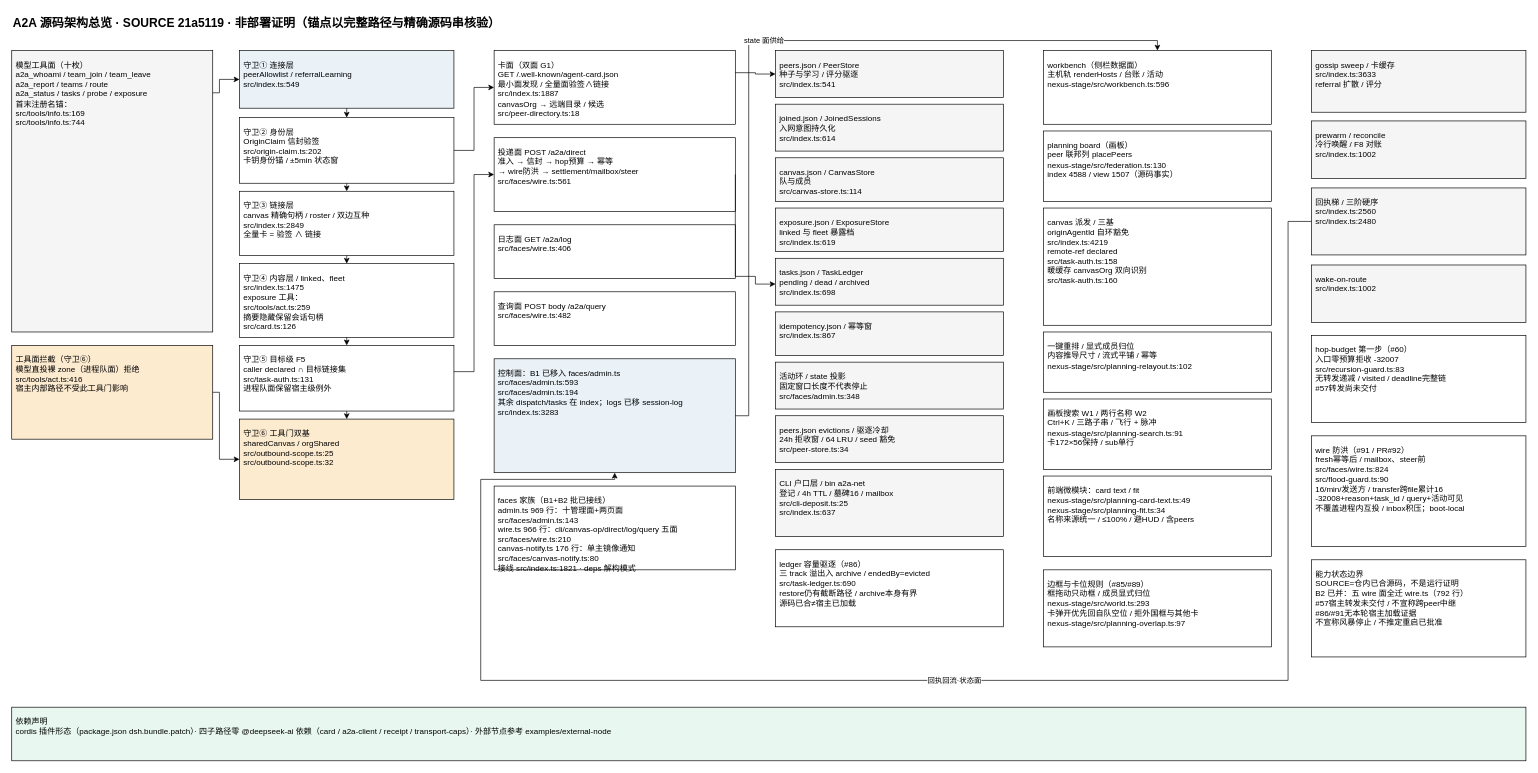
Earlier version of the draw.io diagram page "系统架构总览" (1 of 2) of docs/arch/a2a-architecture.drawio (NelsonLongxiang/dsh-open-a2a-net). Source tidied: cells renumbered, new cells numbered last; positions are measured from the earlier drawing's top-left corner, leaving out a move shared by most shapes. Both pictures are drawn from the tidied source at 67%, with x=0, y=0 at pixel (11, 11).
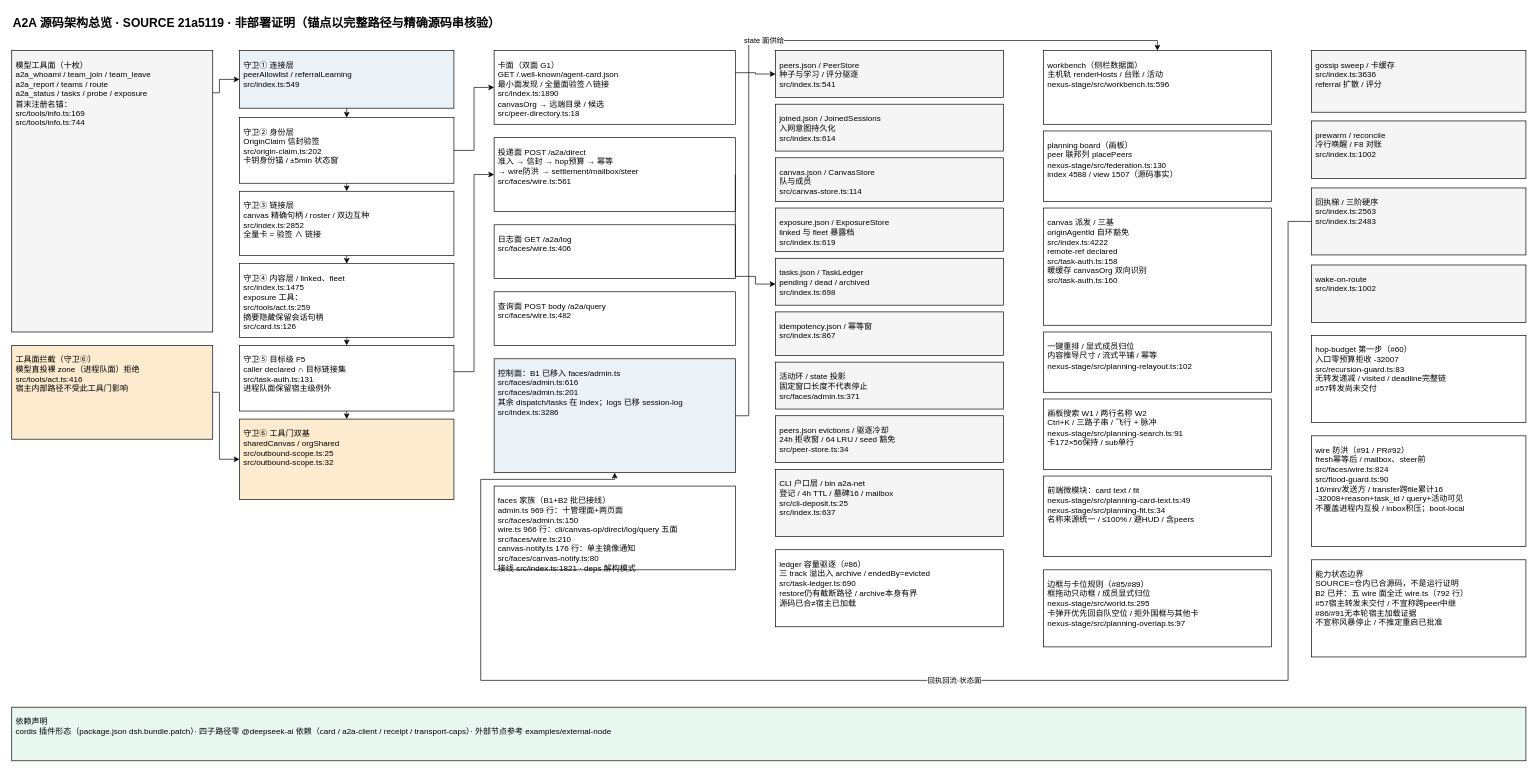
The same diagram, later.

Commit message:
chore(arch): re-anchor from a clean origin/next/0.8 docs/arch (review rework)

The edit, as a diff of the source:
```diff
@@
-    <mxCell id="7" value="守卫③ 链接层&#10;canvas 精确句柄 / roster / 双边互种&#10;src/index.ts:2849&#10;全量卡 = 验签 ∧ 链接" style="rounded=0;whiteSpace=wrap;html=1;fontSize=12;fontColor=#000000;fillColor=#FFFFFF;strokeColor=#000000;align=left;verticalAlign=top;spacing=6;spacingTop=4;" parent="1" vertex="1">
+    <mxCell id="7" value="守卫③ 链接层&#10;canvas 精确句柄 / roster / 双边互种&#10;src/index.ts:2852&#10;全量卡 = 验签 ∧ 链接" style="rounded=0;whiteSpace=wrap;html=1;fontSize=12;fontColor=#000000;fillColor=#FFFFFF;strokeColor=#000000;align=left;verticalAlign=top;spacing=6;spacingTop=4;" parent="1" vertex="1">
       <mxGeometry x="340" y="268" width="320" height="96" as="geometry" />
     </mxCell>
@@
-    <mxCell id="11" value="卡面（双面 G1）&#10;GET /.well-known/agent-card.json&#10;最小面发现 / 全量面验签∧链接&#10;src/index.ts:1887&#10;canvasOrg → 远端目录 / 候选&#10;src/peer-directory.ts:18" style="rounded=0;whiteSpace=wrap;html=1;fontSize=12;fontColor=#000000;fillColor=#FFFFFF;strokeColor=#000000;align=left;verticalAlign=top;spacing=6;spacingTop=4;" parent="1" vertex="1">
+    <mxCell id="11" value="卡面（双面 G1）&#10;GET /.well-known/agent-card.json&#10;最小面发现 / 全量面验签∧链接&#10;src/index.ts:1890&#10;canvasOrg → 远端目录 / 候选&#10;src/peer-directory.ts:18" style="rounded=0;whiteSpace=wrap;html=1;fontSize=12;fontColor=#000000;fillColor=#FFFFFF;strokeColor=#000000;align=left;verticalAlign=top;spacing=6;spacingTop=4;" parent="1" vertex="1">
       <mxGeometry x="720" y="58" width="360" height="110" as="geometry" />
     </mxCell>
@@
-    <mxCell id="15" value="控制面：B1 已移入 faces/admin.ts&#10;src/faces/admin.ts:593&#10;src/faces/admin.ts:194&#10;其余 dispatch/tasks 在 index；logs 已移 session-log&#10;src/index.ts:3283" style="rounded=0;whiteSpace=wrap;html=1;fontSize=12;fontColor=#000000;fillColor=#EAF2F8;strokeColor=#000000;align=left;verticalAlign=top;spacing=6;spacingTop=4;" parent="1" vertex="1">
+    <mxCell id="15" value="控制面：B1 已移入 faces/admin.ts&#10;src/faces/admin.ts:616&#10;src/faces/admin.ts:201&#10;其余 dispatch/tasks 在 index；logs 已移 session-log&#10;src/index.ts:3286" style="rounded=0;whiteSpace=wrap;html=1;fontSize=12;fontColor=#000000;fillColor=#EAF2F8;strokeColor=#000000;align=left;verticalAlign=top;spacing=6;spacingTop=4;" parent="1" vertex="1">
       <mxGeometry x="720" y="518" width="360" height="170" as="geometry" />
     </mxCell>
@@
-    <mxCell id="22" value="活动环 / state 投影&#10;固定窗口长度不代表停止&#10;src/faces/admin.ts:348" style="rounded=0;whiteSpace=wrap;html=1;fontSize=12;fontColor=#000000;fillColor=#F5F5F5;strokeColor=#000000;align=left;verticalAlign=top;spacing=6;spacingTop=4;" parent="1" vertex="1">
+    <mxCell id="22" value="活动环 / state 投影&#10;固定窗口长度不代表停止&#10;src/faces/admin.ts:371" style="rounded=0;whiteSpace=wrap;html=1;fontSize=12;fontColor=#000000;fillColor=#F5F5F5;strokeColor=#000000;align=left;verticalAlign=top;spacing=6;spacingTop=4;" parent="1" vertex="1">
       <mxGeometry x="1140" y="523" width="340" height="70" as="geometry" />
     </mxCell>
@@
-    <mxCell id="27" value="canvas 派发 / 三基&#10;originAgentId 自环豁免&#10;src/index.ts:4219&#10;remote-ref declared&#10;src/task-auth.ts:158&#10;暖缓存 canvasOrg 双向识别&#10;src/task-auth.ts:160" style="rounded=0;whiteSpace=wrap;html=1;fontSize=12;fontColor=#000000;fillColor=#FFFFFF;strokeColor=#000000;align=left;verticalAlign=top;spacing=6;spacingTop=4;" parent="1" vertex="1">
+    <mxCell id="27" value="canvas 派发 / 三基&#10;originAgentId 自环豁免&#10;src/index.ts:4222&#10;remote-ref declared&#10;src/task-auth.ts:158&#10;暖缓存 canvasOrg 双向识别&#10;src/task-auth.ts:160" style="rounded=0;whiteSpace=wrap;html=1;fontSize=12;fontColor=#000000;fillColor=#FFFFFF;strokeColor=#000000;align=left;verticalAlign=top;spacing=6;spacingTop=4;" parent="1" vertex="1">
       <mxGeometry x="1540" y="293" width="340" height="175" as="geometry" />
     </mxCell>
@@
-    <mxCell id="30" value="gossip sweep / 卡缓存&#10;src/index.ts:3633&#10;referral 扩散 / 评分" style="rounded=0;whiteSpace=wrap;html=1;fontSize=12;fontColor=#000000;fillColor=#F5F5F5;strokeColor=#000000;align=left;verticalAlign=top;spacing=6;spacingTop=4;" parent="1" vertex="1">
+    <mxCell id="30" value="gossip sweep / 卡缓存&#10;src/index.ts:3636&#10;referral 扩散 / 评分" style="rounded=0;whiteSpace=wrap;html=1;fontSize=12;fontColor=#000000;fillColor=#F5F5F5;strokeColor=#000000;align=left;verticalAlign=top;spacing=6;spacingTop=4;" parent="1" vertex="1">
       <mxGeometry x="1940" y="58" width="320" height="92" as="geometry" />
     </mxCell>
@@
-    <mxCell id="32" value="回执梯 / 三阶硬序&#10;src/index.ts:2560&#10;src/index.ts:2480" style="rounded=0;whiteSpace=wrap;html=1;fontSize=12;fontColor=#000000;fillColor=#F5F5F5;strokeColor=#000000;align=left;verticalAlign=top;spacing=6;spacingTop=4;" parent="1" vertex="1">
+    <mxCell id="32" value="回执梯 / 三阶硬序&#10;src/index.ts:2563&#10;src/index.ts:2483" style="rounded=0;whiteSpace=wrap;html=1;fontSize=12;fontColor=#000000;fillColor=#F5F5F5;strokeColor=#000000;align=left;verticalAlign=top;spacing=6;spacingTop=4;" parent="1" vertex="1">
       <mxGeometry x="1940" y="263" width="320" height="100" as="geometry" />
     </mxCell>
@@
-    <mxCell id="35" value="faces 家族（B1+B2 批已接线）&#10;admin.ts 969 行：十管理面+两页面&#10;src/faces/admin.ts:143&#10;wire.ts 966 行：cli/canvas-op/direct/log/query 五面&#10;src/faces/wire.ts:210&#10;canvas-notify.ts 176 行：单主镜像通知&#10;src/faces/canvas-notify.ts:80&#10;接线 src/index.ts:1821 · deps 解构模式" style="rounded=0;whiteSpace=wrap;html=1;fontSize=12;fontColor=#000000;fillColor=#FFFFFF;strokeColor=#000000;align=left;verticalAlign=top;spacing=6;spacingTop=4;" parent="1" vertex="1">
+    <mxCell id="35" value="faces 家族（B1+B2 批已接线）&#10;admin.ts 969 行：十管理面+两页面&#10;src/faces/admin.ts:150&#10;wire.ts 966 行：cli/canvas-op/direct/log/query 五面&#10;src/faces/wire.ts:210&#10;canvas-notify.ts 176 行：单主镜像通知&#10;src/faces/canvas-notify.ts:80&#10;接线 src/index.ts:1821 · deps 解构模式" style="rounded=0;whiteSpace=wrap;html=1;fontSize=12;fontColor=#000000;fillColor=#FFFFFF;strokeColor=#000000;align=left;verticalAlign=top;spacing=6;spacingTop=4;" parent="1" vertex="1">
       <mxGeometry x="720" y="708" width="360" height="125" as="geometry" />
     </mxCell>
@@
-    <mxCell id="37" value="边框与卡位规则（#85/#89）&#10;框拖动只动框 / 成员显式归位&#10;nexus-stage/src/world.ts:293&#10;卡弹开优先回自队空位 / 拒外国框与其他卡&#10;nexus-stage/src/planning-overlap.ts:97" style="rounded=0;whiteSpace=wrap;html=1;fontSize=12;fontColor=#000000;fillColor=#FFFFFF;strokeColor=#000000;align=left;verticalAlign=top;spacing=6;spacingTop=4;" parent="1" vertex="1">
+    <mxCell id="37" value="边框与卡位规则（#85/#89）&#10;框拖动只动框 / 成员显式归位&#10;nexus-stage/src/world.ts:295&#10;卡弹开优先回自队空位 / 拒外国框与其他卡&#10;nexus-stage/src/planning-overlap.ts:97" style="rounded=0;whiteSpace=wrap;html=1;fontSize=12;fontColor=#000000;fillColor=#FFFFFF;strokeColor=#000000;align=left;verticalAlign=top;spacing=6;spacingTop=4;" parent="1" vertex="1">
       <mxGeometry x="1540" y="833" width="340" height="115" as="geometry" />
     </mxCell>
```
